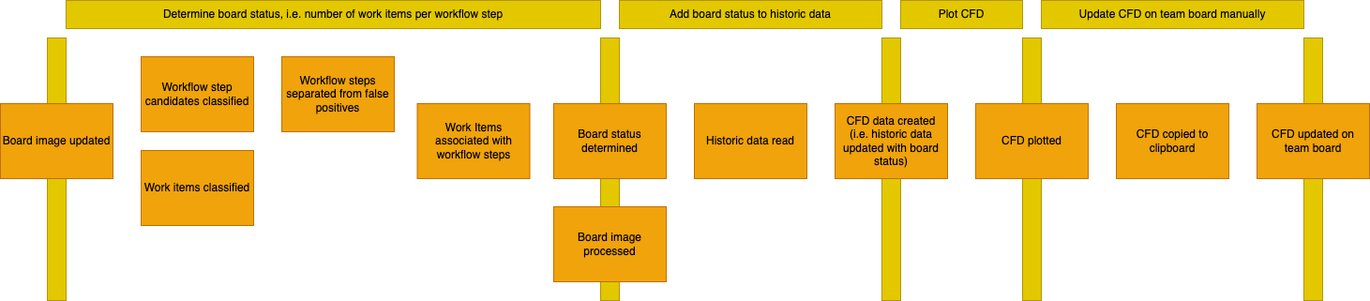
This is docs/01_big_picture_event_storming.drawio.png from wonderbird/kanban_metrics, a draw.io export, as it was before one commit. Source tidied: cells renumbered, new cells last; positions are measured from the earlier drawing's top-left corner, leaving out a move shared by most shapes.
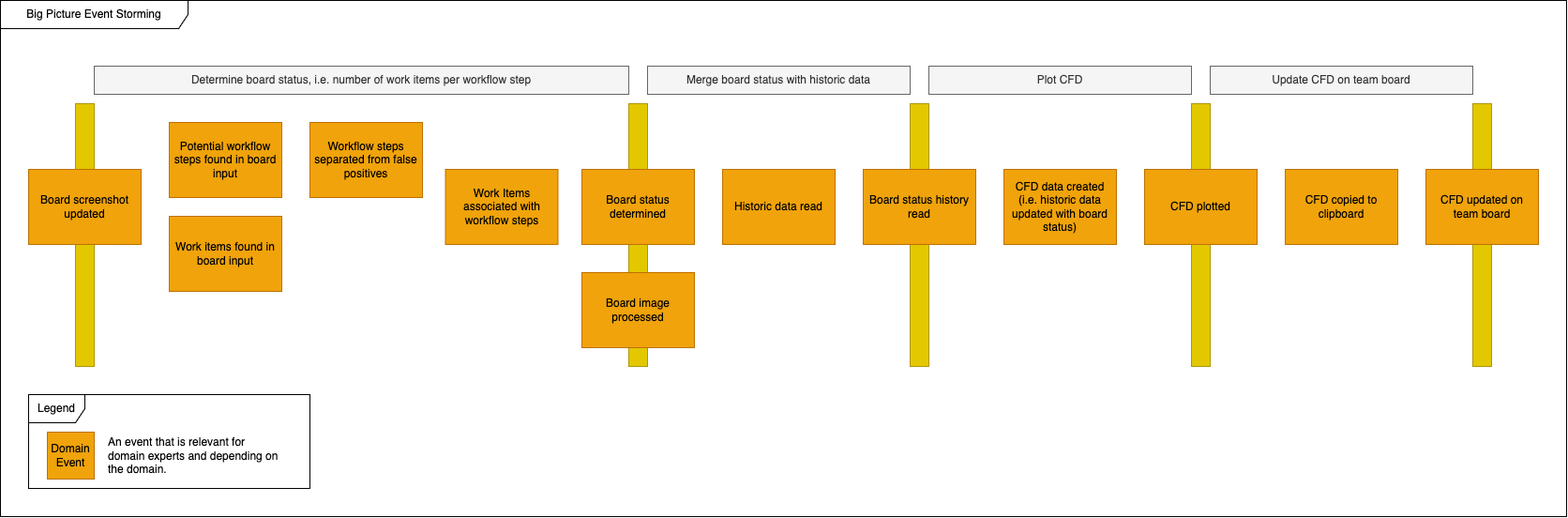
After the change.

Commit message:
docs: design level event storming

Change to the diagram source:
```diff
@@ -2,11 +2,14 @@
   <root>
     <mxCell id="0" />
     <mxCell id="1" parent="0" />
+    <mxCell id="23" value="Big Picture Event Storming" style="shape=umlFrame;whiteSpace=wrap;html=1;width=200;height=30;" parent="1" vertex="1">
+      <mxGeometry x="-30" y="-70" width="1670" height="550" as="geometry" />
+    </mxCell>
     <mxCell id="2" style="rounded=0;whiteSpace=wrap;html=1;fillColor=#e3c800;strokeColor=#B09500;fontColor=#000000;" parent="1" vertex="1">
-      <mxGeometry x="1090" y="40" width="20" height="280" as="geometry" />
+      <mxGeometry x="1240" y="40" width="20" height="280" as="geometry" />
     </mxCell>
     <mxCell id="3" style="rounded=0;whiteSpace=wrap;html=1;fillColor=#e3c800;strokeColor=#B09500;fontColor=#000000;" parent="1" vertex="1">
-      <mxGeometry x="1390" y="40" width="20" height="280" as="geometry" />
+      <mxGeometry x="1540" y="40" width="20" height="280" as="geometry" />
     </mxCell>
     <mxCell id="4" style="rounded=0;whiteSpace=wrap;html=1;fillColor=#e3c800;strokeColor=#B09500;fontColor=#000000;" parent="1" vertex="1">
       <mxGeometry x="50" y="40" width="20" height="280" as="geometry" />
@@ -18,7 +21,7 @@
       <mxGeometry x="640" y="40" width="20" height="280" as="geometry" />
     </mxCell>
     <mxCell id="7" value="CFD plotted" style="rounded=0;whiteSpace=wrap;html=1;fillColor=#f0a30a;fontColor=#000000;strokeColor=#BD7000;" parent="1" vertex="1">
-      <mxGeometry x="1040" y="110" width="120" height="80" as="geometry" />
+      <mxGeometry x="1190" y="110" width="120" height="80" as="geometry" />
     </mxCell>
     <mxCell id="8" value="Board status determined" style="rounded=0;whiteSpace=wrap;html=1;fillColor=#f0a30a;fontColor=#000000;strokeColor=#BD7000;" parent="1" vertex="1">
       <mxGeometry x="590" y="110" width="120" height="80" as="geometry" />
@@ -32,38 +35,50 @@
     <mxCell id="11" value="Board image processed" style="rounded=0;whiteSpace=wrap;html=1;fillColor=#f0a30a;fontColor=#000000;strokeColor=#BD7000;" parent="1" vertex="1">
       <mxGeometry x="590" y="220" width="120" height="80" as="geometry" />
     </mxCell>
-    <mxCell id="12" value="Determine board status, i.e. number of work items per workflow step" style="rounded=0;whiteSpace=wrap;html=1;fillColor=#e3c800;strokeColor=#B09500;fontColor=#000000;" parent="1" vertex="1">
-      <mxGeometry x="70" width="570" height="30" as="geometry" />
-    </mxCell>
     <mxCell id="13" value="CFD data created&lt;br&gt;(i.e. historic data updated with board status)" style="rounded=0;whiteSpace=wrap;html=1;fillColor=#f0a30a;fontColor=#000000;strokeColor=#BD7000;" parent="1" vertex="1">
-      <mxGeometry x="890" y="110" width="120" height="80" as="geometry" />
+      <mxGeometry x="1040" y="110" width="120" height="80" as="geometry" />
     </mxCell>
     <mxCell id="14" value="Historic data read" style="rounded=0;whiteSpace=wrap;html=1;fillColor=#f0a30a;fontColor=#000000;strokeColor=#BD7000;" parent="1" vertex="1">
       <mxGeometry x="740" y="110" width="120" height="80" as="geometry" />
     </mxCell>
-    <mxCell id="15" value="Work items classified" style="rounded=0;whiteSpace=wrap;html=1;fillColor=#f0a30a;fontColor=#000000;strokeColor=#BD7000;" parent="1" vertex="1">
-      <mxGeometry x="150" y="160" width="120" height="80" as="geometry" />
-    </mxCell>
-    <mxCell id="16" value="Workflow step candidates classified" style="rounded=0;whiteSpace=wrap;html=1;fillColor=#f0a30a;fontColor=#000000;strokeColor=#BD7000;" parent="1" vertex="1">
-      <mxGeometry x="150" y="60" width="120" height="80" as="geometry" />
-    </mxCell>
-    <mxCell id="17" value="Add board status to historic data" style="rounded=0;whiteSpace=wrap;html=1;fillColor=#e3c800;strokeColor=#B09500;fontColor=#000000;" parent="1" vertex="1">
-      <mxGeometry x="660" width="280" height="30" as="geometry" />
-    </mxCell>
-    <mxCell id="18" value="Update CFD on team board manually" style="rounded=0;whiteSpace=wrap;html=1;fillColor=#e3c800;strokeColor=#B09500;fontColor=#000000;" parent="1" vertex="1">
-      <mxGeometry x="1110" width="280" height="30" as="geometry" />
-    </mxCell>
-    <mxCell id="19" value="Board image updated" style="rounded=0;whiteSpace=wrap;html=1;fillColor=#f0a30a;fontColor=#000000;strokeColor=#BD7000;" parent="1" vertex="1">
-      <mxGeometry y="110" width="120" height="80" as="geometry" />
-    </mxCell>
     <mxCell id="20" value="CFD copied to clipboard" style="rounded=0;whiteSpace=wrap;html=1;fillColor=#f0a30a;fontColor=#000000;strokeColor=#BD7000;" parent="1" vertex="1">
-      <mxGeometry x="1190" y="110" width="120" height="80" as="geometry" />
+      <mxGeometry x="1340" y="110" width="120" height="80" as="geometry" />
     </mxCell>
     <mxCell id="21" value="CFD updated on team board" style="rounded=0;whiteSpace=wrap;html=1;fillColor=#f0a30a;fontColor=#000000;strokeColor=#BD7000;" parent="1" vertex="1">
-      <mxGeometry x="1340" y="110" width="120" height="80" as="geometry" />
+      <mxGeometry x="1490" y="110" width="120" height="80" as="geometry" />
     </mxCell>
+    <mxCell id="12" value="Determine board status, i.e. number of work items per workflow step" style="rounded=0;whiteSpace=wrap;html=1;fillColor=#f5f5f5;strokeColor=#666666;fontColor=#333333;" parent="1" vertex="1">
+      <mxGeometry x="70" width="570" height="30" as="geometry" />
+    </mxCell>
+    <mxCell id="24" value="Merge board status with historic data" style="rounded=0;whiteSpace=wrap;html=1;fillColor=#f5f5f5;strokeColor=#666666;fontColor=#333333;" parent="1" vertex="1">
+      <mxGeometry x="660" width="280" height="30" as="geometry" />
+    </mxCell>
+    <mxCell id="25" value="Update CFD on team board" style="rounded=0;whiteSpace=wrap;html=1;fillColor=#f5f5f5;strokeColor=#666666;fontColor=#333333;" parent="1" vertex="1">
+      <mxGeometry x="1260" width="280" height="30" as="geometry" />
+    </mxCell>
-    <mxCell id="22" value="Plot CFD" style="rounded=0;whiteSpace=wrap;html=1;fillColor=#e3c800;strokeColor=#B09500;fontColor=#000000;" parent="1" vertex="1">
-      <mxGeometry x="960" width="130" height="30" as="geometry" />
+    <mxCell id="22" value="Plot CFD" style="rounded=0;whiteSpace=wrap;html=1;fillColor=#f5f5f5;strokeColor=#666666;fontColor=#333333;" parent="1" vertex="1">
+      <mxGeometry x="960" width="280" height="30" as="geometry" />
     </mxCell>
+    <mxCell id="26" value="Board screenshot updated" style="rounded=0;whiteSpace=wrap;html=1;fillColor=#f0a30a;fontColor=#000000;strokeColor=#BD7000;" parent="1" vertex="1">
+      <mxGeometry y="110" width="120" height="80" as="geometry" />
+    </mxCell>
+    <mxCell id="27" value="Potential workflow steps found in board input" style="rounded=0;whiteSpace=wrap;html=1;fillColor=#f0a30a;fontColor=#000000;strokeColor=#BD7000;" parent="1" vertex="1">
+      <mxGeometry x="150" y="60" width="120" height="80" as="geometry" />
+    </mxCell>
+    <mxCell id="28" value="Work items found in board input" style="rounded=0;whiteSpace=wrap;html=1;fillColor=#f0a30a;fontColor=#000000;strokeColor=#BD7000;" parent="1" vertex="1">
+      <mxGeometry x="150" y="160" width="120" height="80" as="geometry" />
+    </mxCell>
+    <mxCell id="29" value="Board status history read" style="rounded=0;whiteSpace=wrap;html=1;fillColor=#f0a30a;fontColor=#000000;strokeColor=#BD7000;" parent="1" vertex="1">
+      <mxGeometry x="890" y="110" width="120" height="80" as="geometry" />
+    </mxCell>
+    <mxCell id="30" value="Legend" style="shape=umlFrame;whiteSpace=wrap;html=1;" parent="1" vertex="1">
+      <mxGeometry y="350" width="300" height="100" as="geometry" />
+    </mxCell>
+    <mxCell id="31" value="Domain Event" style="rounded=0;whiteSpace=wrap;html=1;fillColor=#f0a30a;fontColor=#000000;strokeColor=#BD7000;" parent="1" vertex="1">
+      <mxGeometry x="20" y="390" width="50" height="50" as="geometry" />
+    </mxCell>
+    <mxCell id="32" value="&lt;br&gt;An event that is relevant for domain experts and depending on the domain." style="text;html=1;strokeColor=none;fillColor=none;spacing=5;spacingTop=-20;whiteSpace=wrap;overflow=hidden;rounded=0;" parent="1" vertex="1">
+      <mxGeometry x="80" y="390" width="190" height="50" as="geometry" />
+    </mxCell>
   </root>
 </mxGraphModel>
```
